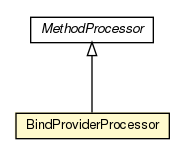
The Graphviz diagram javadocs/main/org/androidtransfuse/analysis/module/BindProviderProcessor.png in johncarl81/transfuse, before a commit. Its source is kept beside it as javadocs/main/org/androidtransfuse/analysis/module/BindProviderProcessor.dot. Source of this version:
```dot

digraph G {
	edge [fontname="Helvetica",fontsize=10,labelfontname="Helvetica",labelfontsize=10];
	node [fontname="Helvetica",fontsize=10,shape=plaintext];
	nodesep=0.25;
	ranksep=0.5;
	c52746 [label=<<table title="org.androidtransfuse.analysis.module.BindProviderProcessor" border="0" cellborder="1" cellspacing="0" cellpadding="2" port="p" bgcolor="lemonChiffon" href="./BindProviderProcessor.html">
		<tr><td><table border="0" cellspacing="0" cellpadding="1">
<tr><td align="center" balign="center"> BindProviderProcessor </td></tr>
		</table></td></tr>
		</table>>, fontname="Helvetica", fontcolor="black", fontsize=10.0];
	c52747 [label=<<table title="org.androidtransfuse.analysis.module.MethodProcessor" border="0" cellborder="1" cellspacing="0" cellpadding="2" port="p" href="./MethodProcessor.html">
		<tr><td><table border="0" cellspacing="0" cellpadding="1">
<tr><td align="center" balign="center"><font face="Helvetica-Oblique"> MethodProcessor </font></td></tr>
		</table></td></tr>
		</table>>, fontname="Helvetica", fontcolor="black", fontsize=10.0];
	c52747:p -> c52746:p [dir=back,arrowtail=empty];
}
```
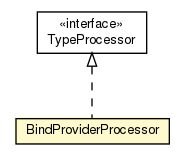
After the change.

The edit, as a diff of the source:
```diff
@@ -4,15 +4,16 @@
 	node [fontname="Helvetica",fontsize=10,shape=plaintext];
 	nodesep=0.25;
 	ranksep=0.5;
-	c52746 [label=<<table title="org.androidtransfuse.analysis.module.BindProviderProcessor" border="0" cellborder="1" cellspacing="0" cellpadding="2" port="p" bgcolor="lemonChiffon" href="./BindProviderProcessor.html">
+	c55077 [label=<<table title="org.androidtransfuse.analysis.module.TypeProcessor" border="0" cellborder="1" cellspacing="0" cellpadding="2" port="p" href="./TypeProcessor.html">
+		<tr><td><table border="0" cellspacing="0" cellpadding="1">
+<tr><td align="center" balign="center"> &#171;interface&#187; </td></tr>
+<tr><td align="center" balign="center"> TypeProcessor </td></tr>
+		</table></td></tr>
+		</table>>, fontname="Helvetica", fontcolor="black", fontsize=10.0];
+	c55079 [label=<<table title="org.androidtransfuse.analysis.module.BindProviderProcessor" border="0" cellborder="1" cellspacing="0" cellpadding="2" port="p" bgcolor="lemonChiffon" href="./BindProviderProcessor.html">
 		<tr><td><table border="0" cellspacing="0" cellpadding="1">
 <tr><td align="center" balign="center"> BindProviderProcessor </td></tr>
 		</table></td></tr>
 		</table>>, fontname="Helvetica", fontcolor="black", fontsize=10.0];
-	c52747 [label=<<table title="org.androidtransfuse.analysis.module.MethodProcessor" border="0" cellborder="1" cellspacing="0" cellpadding="2" port="p" href="./MethodProcessor.html">
-		<tr><td><table border="0" cellspacing="0" cellpadding="1">
-<tr><td align="center" balign="center"><font face="Helvetica-Oblique"> MethodProcessor </font></td></tr>
-		</table></td></tr>
-		</table>>, fontname="Helvetica", fontcolor="black", fontsize=10.0];
-	c52747:p -> c52746:p [dir=back,arrowtail=empty];
+	c55077:p -> c55079:p [dir=back,arrowtail=empty,style=dashed];
 }
```
